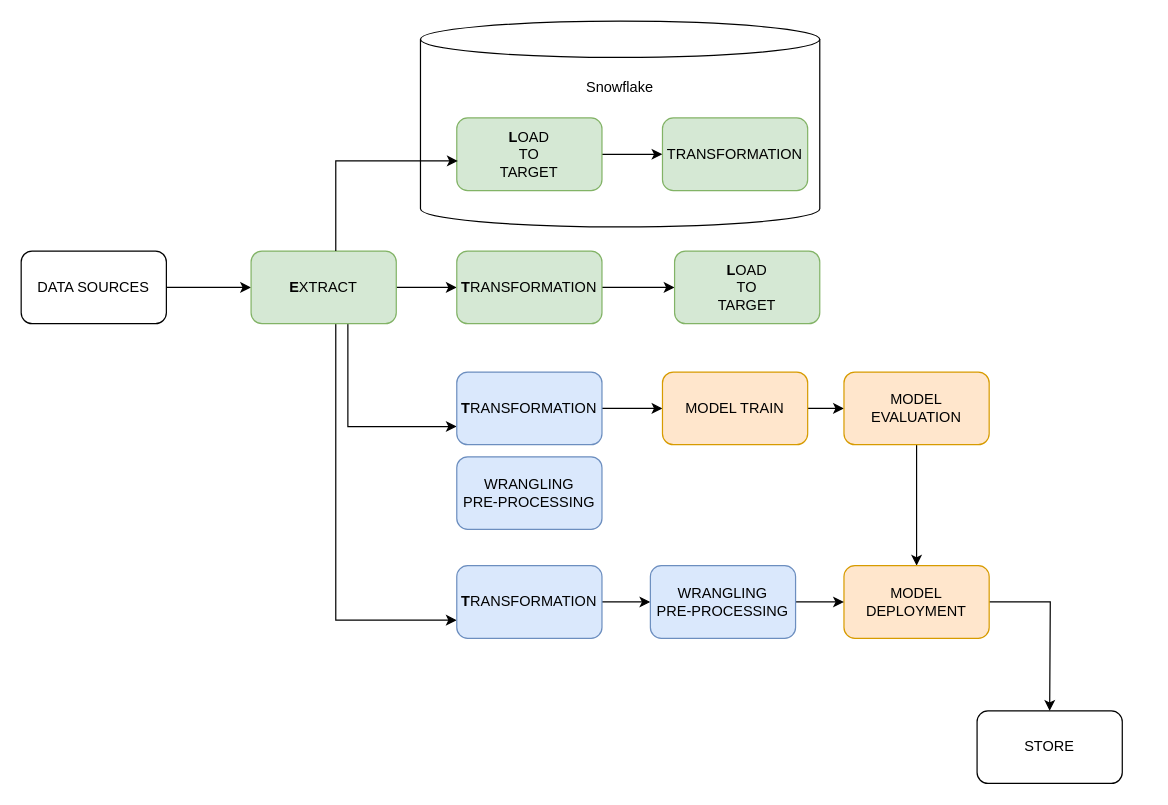
Earlier version of the draw.io diagram page "Page-13" (13 of 13) of Draw.io/Data Engineering 2025.drawio (xandermacha/TechCatalyst_DE_2025_pub). Source tidied: cells renumbered, new cells numbered last; positions are measured from the earlier drawing's top-left corner, leaving out a move shared by most shapes. Both pictures are drawn from the tidied source at 121%, with x=0, y=0 at pixel (21, 21).
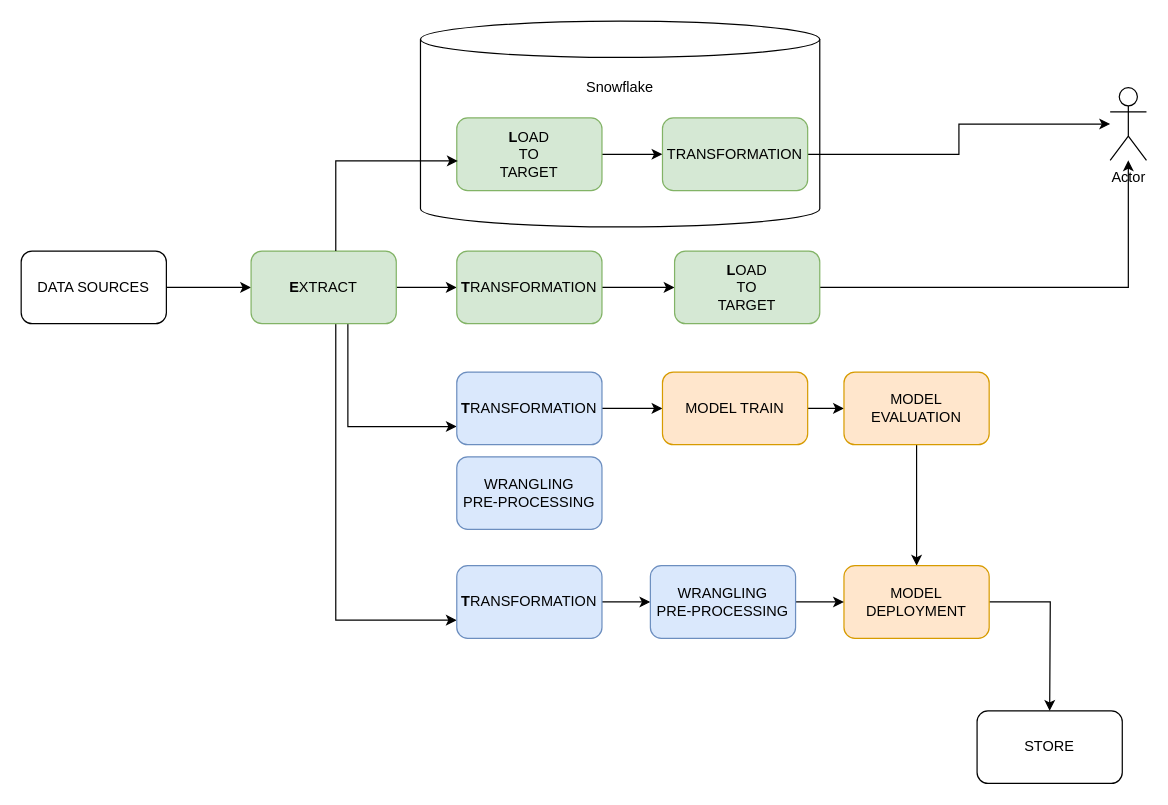
The same page after the edit.

The change refers to these unchanged cells:
```xml
<mxCell id="11" value="&lt;b&gt;L&lt;/b&gt;OAD&lt;br&gt;TO&lt;br&gt;TARGET" style="rounded=1;whiteSpace=wrap;html=1;fillColor=#d5e8d4;strokeColor=#82b366;" parent="1" vertex="1">
  <mxGeometry x="540" y="190" width="120" height="60" as="geometry" />
</mxCell>
<mxCell id="15" value="TRANSFORMATION" style="rounded=1;whiteSpace=wrap;html=1;fillColor=#d5e8d4;strokeColor=#82b366;" parent="1" vertex="1">
  <mxGeometry x="530" y="80" width="120" height="60" as="geometry" />
</mxCell>
```

What changed in the source:
```diff
@@
+    <mxCell id="31" style="edgeStyle=orthogonalEdgeStyle;rounded=0;jettySize=auto;html=1;" parent="1" edge="1" source="11" target="33">
+      <mxGeometry relative="1" as="geometry" />
+    </mxCell>
@@
+    <mxCell id="32" style="edgeStyle=orthogonalEdgeStyle;rounded=0;jettySize=auto;html=1;" parent="1" edge="1" source="15" target="33">
+      <mxGeometry relative="1" as="geometry" />
+    </mxCell>
@@
+    <mxCell id="33" value="Actor" style="shape=umlActor;verticalLabelPosition=bottom;verticalAlign=top;html=1;outlineConnect=0;" parent="1" vertex="1">
+      <mxGeometry x="900" y="55" width="30" height="60" as="geometry" />
+    </mxCell>
```
